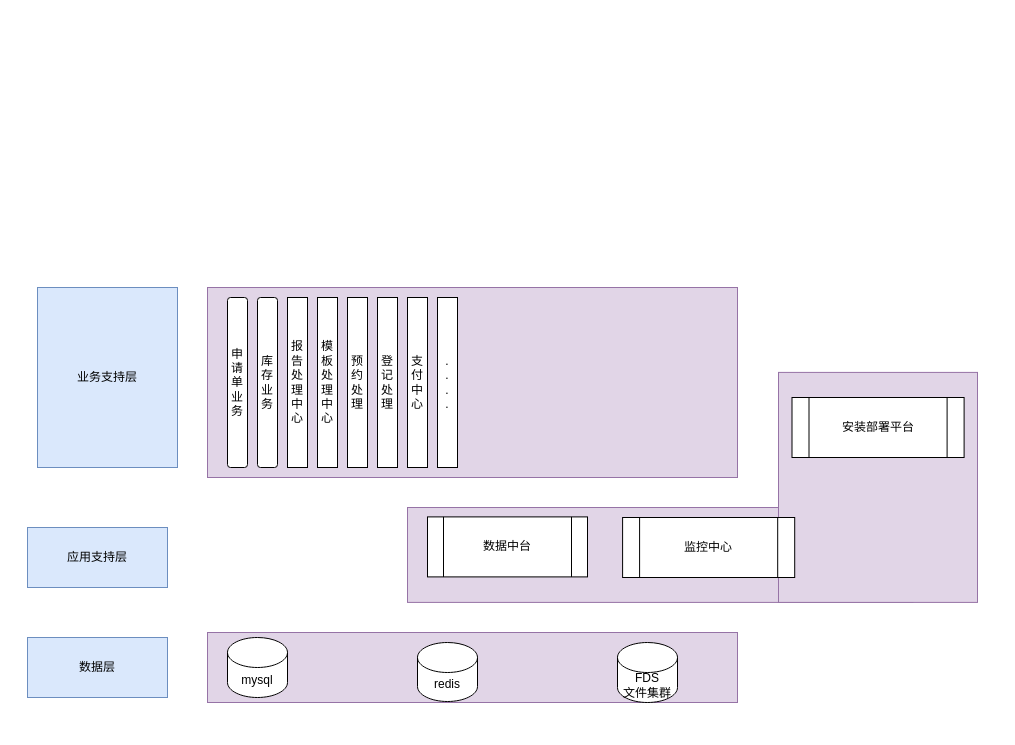
cruecrue/javastudy keeps this draw.io diagram as picture/xintong.drawio. Above is the earlier version. Source tidied: cells renumbered, new cells numbered last; positions are measured from the earlier drawing's top-left corner, leaving out a move shared by most shapes. Both pictures are drawn from the tidied source at 100%, with x=0, y=0 at pixel (27, 287).
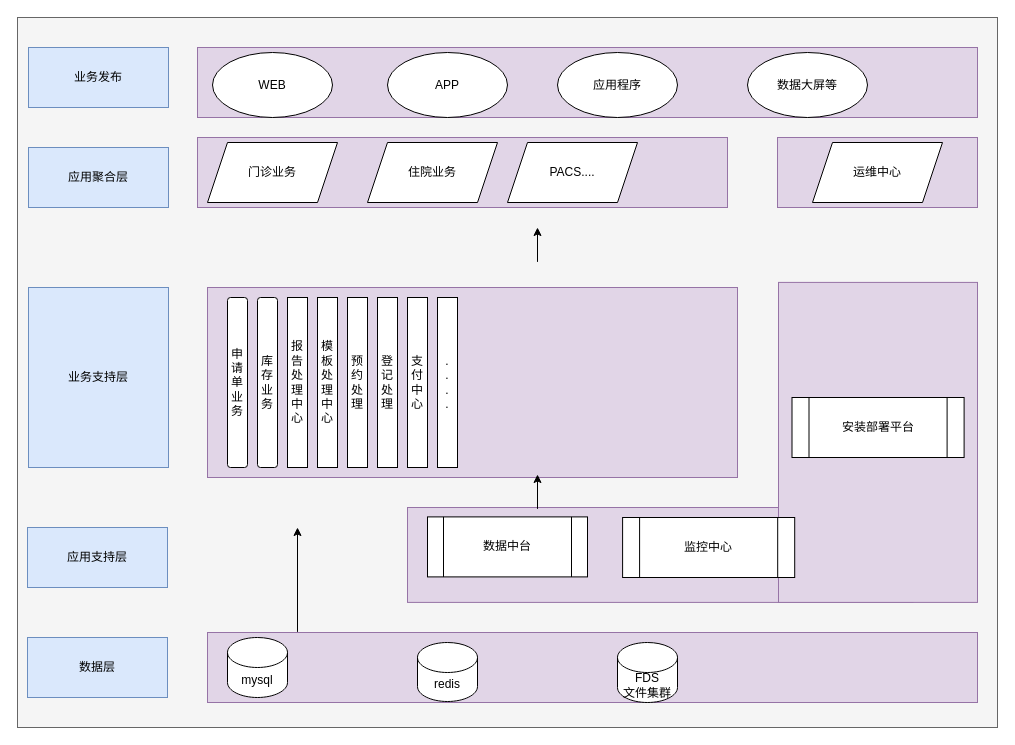
The same page after the edit.

Unchanged cells that the change refers to:
```xml
<mxCell id="2" style="group;" parent="1" vertex="1">
  <mxGeometry x="380" y="84.9" width="570" height="230" as="geometry" />
</mxCell>
```

Diff of the diagram source:
```diff
@@
+    <mxCell id="24" style="rounded=0;whiteSpace=wrap;html=1;fillColor=#f5f5f5;fontColor=#333333;strokeColor=#666666;" parent="1" vertex="1">
+      <mxGeometry x="-10" y="-270" width="980" height="710" as="geometry" />
+    </mxCell>
@@
     <mxCell id="4" style="rounded=0;whiteSpace=wrap;html=1;fillColor=#e1d5e7;strokeColor=#9673a6;" parent="2" vertex="1">
-      <mxGeometry x="371" width="199" height="230" as="geometry" />
+      <mxGeometry x="371" y="-90" width="199" height="320" as="geometry" />
     </mxCell>
@@
     <mxCell id="8" style="rounded=0;whiteSpace=wrap;html=1;fillColor=#e1d5e7;strokeColor=#9673a6;" parent="1" vertex="1">
-      <mxGeometry x="180" y="345" width="530" height="70" as="geometry" />
+      <mxGeometry x="180" y="345" width="770" height="70" as="geometry" />
     </mxCell>
@@
     <mxCell id="15" value="业务支持层" style="rounded=0;whiteSpace=wrap;html=1;fillColor=#dae8fc;strokeColor=#6c8ebf;" parent="1" vertex="1">
-      <mxGeometry x="10" width="140" height="180" as="geometry" />
+      <mxGeometry x="1" width="140" height="180" as="geometry" />
     </mxCell>
@@
+    <mxCell id="25" value="应用聚合层" style="rounded=0;whiteSpace=wrap;html=1;fillColor=#dae8fc;strokeColor=#6c8ebf;" parent="1" vertex="1">
+      <mxGeometry x="1" y="-140" width="140" height="60" as="geometry" />
+    </mxCell>
+    <mxCell id="26" value="业务发布" style="rounded=0;whiteSpace=wrap;html=1;fillColor=#dae8fc;strokeColor=#6c8ebf;" parent="1" vertex="1">
+      <mxGeometry x="1" y="-240" width="140" height="60" as="geometry" />
+    </mxCell>
+    <mxCell id="27" style="rounded=0;whiteSpace=wrap;html=1;fillColor=#e1d5e7;strokeColor=#9673a6;" parent="1" vertex="1">
+      <mxGeometry x="170" y="-150" width="530" height="70" as="geometry" />
+    </mxCell>
+    <mxCell id="28" value="门诊业务" style="shape=parallelogram;perimeter=parallelogramPerimeter;whiteSpace=wrap;html=1;fixedSize=1;" parent="1" vertex="1">
+      <mxGeometry x="180" y="-145" width="130" height="60" as="geometry" />
+    </mxCell>
+    <mxCell id="29" value="住院业务" style="shape=parallelogram;perimeter=parallelogramPerimeter;whiteSpace=wrap;html=1;fixedSize=1;" parent="1" vertex="1">
+      <mxGeometry x="340" y="-145" width="130" height="60" as="geometry" />
+    </mxCell>
+    <mxCell id="30" value="PACS...." style="shape=parallelogram;perimeter=parallelogramPerimeter;whiteSpace=wrap;html=1;fixedSize=1;" parent="1" vertex="1">
+      <mxGeometry x="480" y="-145" width="130" height="60" as="geometry" />
+    </mxCell>
+    <mxCell id="31" style="rounded=0;whiteSpace=wrap;html=1;fillColor=#e1d5e7;strokeColor=#9673a6;" parent="1" vertex="1">
+      <mxGeometry x="750" y="-150" width="200" height="70" as="geometry" />
+    </mxCell>
+    <mxCell id="32" value="运维中心" style="shape=parallelogram;perimeter=parallelogramPerimeter;whiteSpace=wrap;html=1;fixedSize=1;" parent="1" vertex="1">
+      <mxGeometry x="785" y="-145" width="130" height="60" as="geometry" />
+    </mxCell>
+    <mxCell id="33" style="rounded=0;whiteSpace=wrap;html=1;fillColor=#e1d5e7;strokeColor=#9673a6;" parent="1" vertex="1">
+      <mxGeometry x="170" y="-240" width="780" height="70" as="geometry" />
+    </mxCell>
+    <mxCell id="34" value="WEB" style="ellipse;whiteSpace=wrap;html=1;" parent="1" vertex="1">
+      <mxGeometry x="185" y="-235" width="120" height="65" as="geometry" />
+    </mxCell>
+    <mxCell id="35" value="APP" style="ellipse;whiteSpace=wrap;html=1;" parent="1" vertex="1">
+      <mxGeometry x="360" y="-235" width="120" height="65" as="geometry" />
+    </mxCell>
+    <mxCell id="36" value="应用程序" style="ellipse;whiteSpace=wrap;html=1;" parent="1" vertex="1">
+      <mxGeometry x="530" y="-235" width="120" height="65" as="geometry" />
+    </mxCell>
+    <mxCell id="37" value="数据大屏等" style="ellipse;whiteSpace=wrap;html=1;" parent="1" vertex="1">
+      <mxGeometry x="720" y="-235" width="120" height="65" as="geometry" />
+    </mxCell>
+    <mxCell id="38" style="endArrow=classic;html=1;rounded=0;" parent="1" edge="1">
+      <mxGeometry relative="1" as="geometry">
+        <mxPoint x="270" y="344.4" as="sourcePoint" />
+        <mxPoint x="270" y="240" as="targetPoint" />
+      </mxGeometry>
+    </mxCell>
+    <mxCell id="39" style="endArrow=classic;html=1;rounded=0;" parent="1" edge="1">
+      <mxGeometry relative="1" as="geometry">
+        <mxPoint x="510" y="221.4" as="sourcePoint" />
+        <mxPoint x="510" y="187" as="targetPoint" />
+      </mxGeometry>
+    </mxCell>
+    <mxCell id="40" style="endArrow=classic;html=1;rounded=0;" parent="1" edge="1">
+      <mxGeometry relative="1" as="geometry">
+        <mxPoint x="510" y="-25.6" as="sourcePoint" />
+        <mxPoint x="510" y="-60" as="targetPoint" />
+      </mxGeometry>
+    </mxCell>
```
